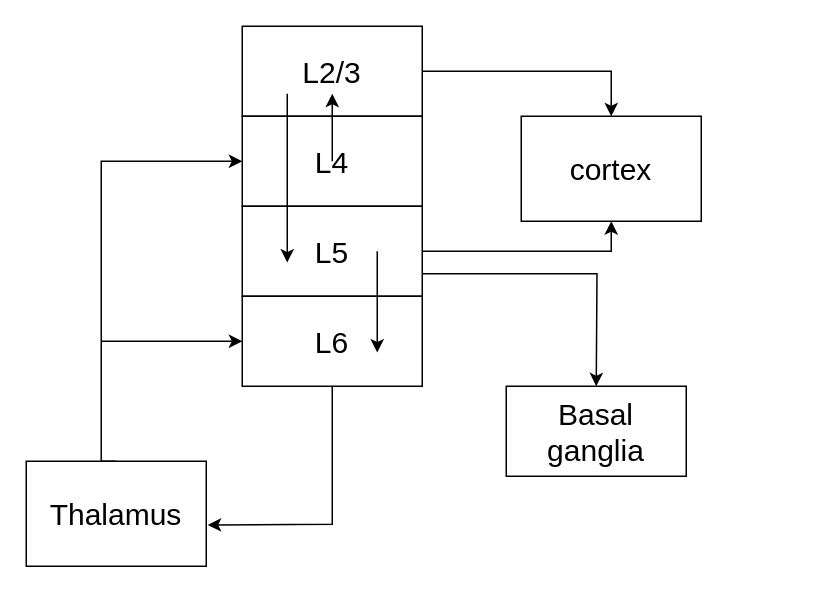
This is Untitled Diagram.drawio from RoggerL/draw, a draw.io file, before an edit. Source tidied: cells renumbered, new cells numbered last; positions are measured from the earlier drawing's top-left corner, leaving out a move shared by most shapes. Both pictures are drawn from the tidied source at 150%, with x=0, y=0 at pixel (26, 26).
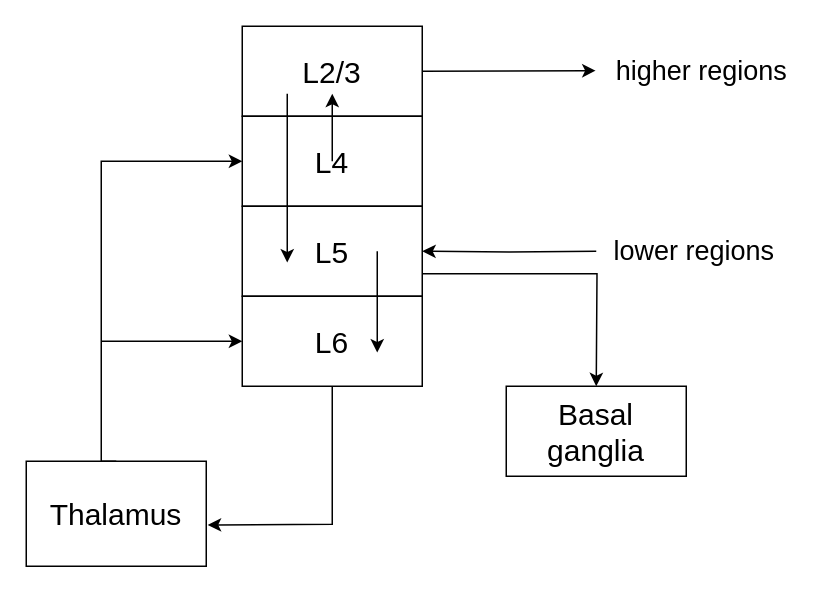
After the change.

The change refers to these unchanged cells:
```xml
<mxCell id="3" style="rounded=0;whiteSpace=wrap;html=1;" parent="1" vertex="1">
  <mxGeometry x="144" width="120" height="60" as="geometry" />
</mxCell>
<mxCell id="7" style="rounded=0;whiteSpace=wrap;html=1;" parent="1" vertex="1">
  <mxGeometry x="144" y="120" width="120" height="60" as="geometry" />
</mxCell>
```

Diff of the diagram source:
```diff
@@
-    <mxCell id="5" style="edgeStyle=orthogonalEdgeStyle;rounded=0;jettySize=auto;html=1;entryX=0.5;entryY=1;entryDx=0;entryDy=0;fontSize=20;" parent="1" edge="1" source="7" target="16">
-      <mxGeometry relative="1" as="geometry" />
+    <mxCell id="5" style="edgeStyle=orthogonalEdgeStyle;rounded=0;jettySize=auto;html=1;fontSize=20;entryX=1;entryY=0.5;entryDx=0;entryDy=0;" parent="1" edge="1" target="7">
+      <mxGeometry relative="1" as="geometry">
+        <mxPoint x="380" y="150" as="sourcePoint" />
+      </mxGeometry>
     </mxCell>
@@
-    <mxCell id="16" value="cortex" style="rounded=0;whiteSpace=wrap;html=1;fontSize=20;" parent="1" vertex="1">
-      <mxGeometry x="330" y="60" width="120" height="70" as="geometry" />
-    </mxCell>
@@
-    <mxCell id="21" style="endArrow=classic;html=1;rounded=0;fontSize=20;exitX=1;exitY=0.5;exitDx=0;exitDy=0;entryX=0.5;entryY=0;entryDx=0;entryDy=0;" parent="1" edge="1" source="3" target="16">
-      <mxGeometry relative="1" as="geometry">
-        <Array as="points">
-          <mxPoint x="390" y="30" />
-        </Array>
-      </mxGeometry>
+    <mxCell id="21" style="endArrow=classic;html=1;rounded=0;fontSize=20;exitX=1;exitY=0.5;exitDx=0;exitDy=0;entryX=-0.003;entryY=0.49;entryDx=0;entryDy=0;entryPerimeter=0;" parent="1" edge="1" source="3" target="23">
+      <mxGeometry relative="1" as="geometry" />
     </mxCell>
@@
+    <mxCell id="23" value="&lt;font style=&quot;font-size: 18px;&quot;&gt;higher regions&lt;/font&gt;" style="text;html=1;align=center;verticalAlign=middle;points=[];fillColor=none;strokeColor=none;rounded=0;" parent="1" vertex="1">
+      <mxGeometry x="380" y="10" width="140" height="40" as="geometry" />
+    </mxCell>
+    <mxCell id="24" value="&lt;font style=&quot;font-size: 18px;&quot;&gt;lower regions&lt;/font&gt;" style="text;html=1;align=center;verticalAlign=middle;fillColor=none;strokeColor=none;rounded=0;" parent="1" vertex="1">
+      <mxGeometry x="380" y="130" width="130" height="40" as="geometry" />
+    </mxCell>
```
